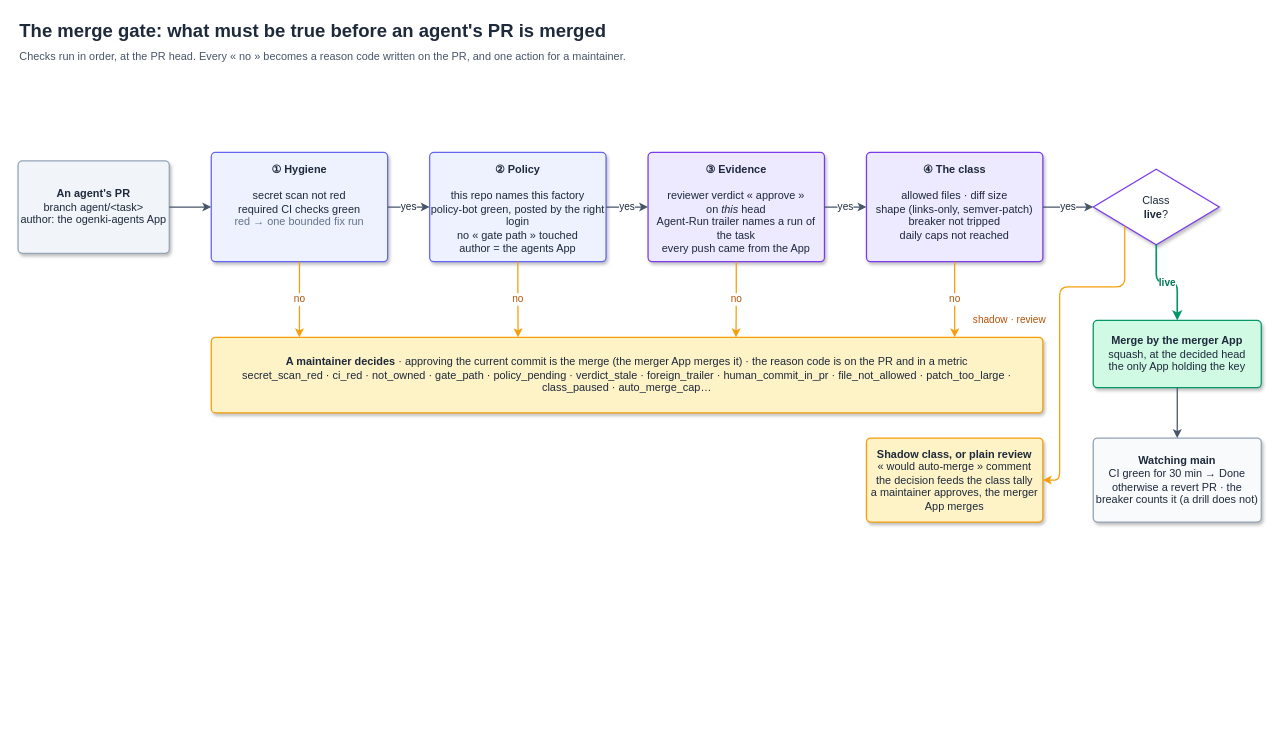
Before: content/fr/post/series/agentic_ai/cloud-native-agent-factory/merge-gate.drawio in Smana/smana.github.io, a draw.io diagram. Source tidied: cells renumbered, new cells numbered last; positions are measured from the earlier drawing's top-left corner, leaving out a move shared by most shapes. Both pictures are drawn from the tidied source at 84%, with x=0, y=0 at pixel (18, 14).
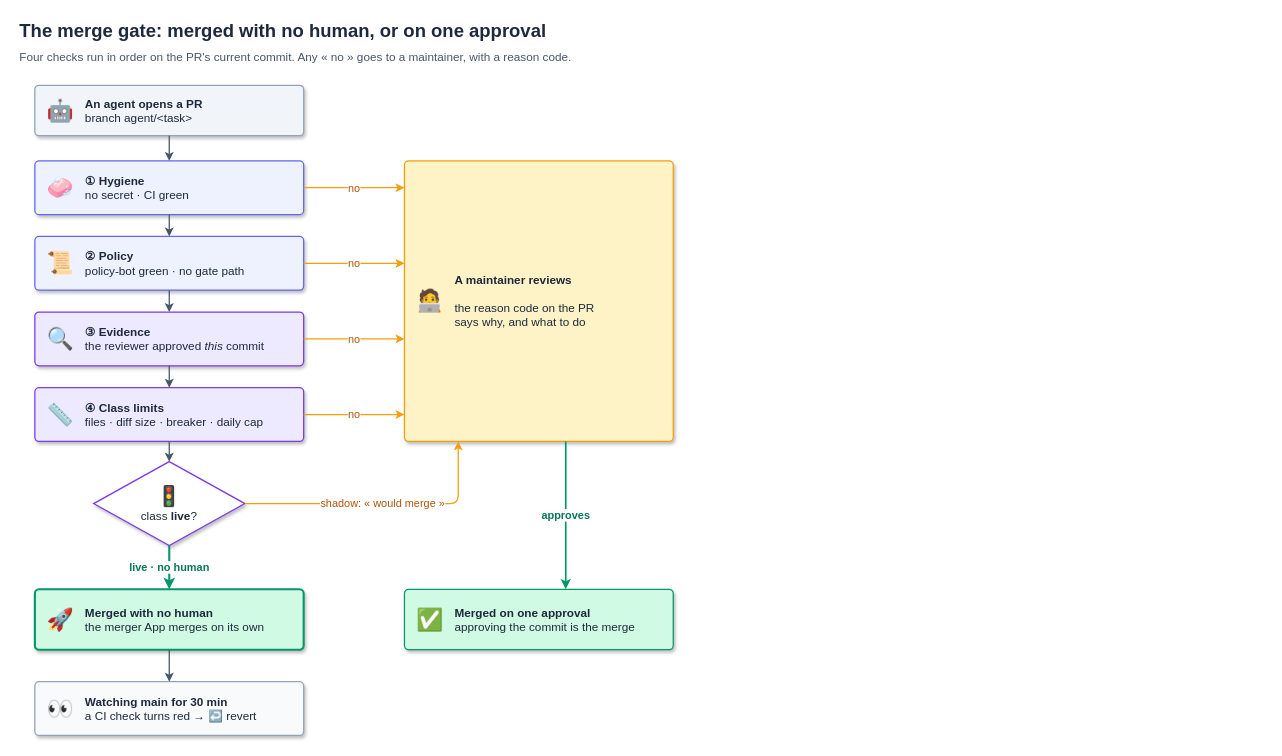
Above is the later version.

Commit message (it also covers changes not shown here):
docs(fr): agent factory post, clearer framing, security and merge gate

The edit, as a diff of the source:
```diff
@@
-    <mxCell id="2" value="The merge gate: what must be true before an agent's PR is merged" style="text;html=1;fontFamily=Helvetica;align=left;verticalAlign=top;whiteSpace=wrap;fontSize=22;fontColor=#1E293B;fontStyle=1;" parent="1" vertex="1">
-      <mxGeometry width="1000" height="32" as="geometry" />
+    <mxCell id="2" value="The merge gate: merged with no human, or on one approval" style="text;html=1;fontFamily=Helvetica;align=left;verticalAlign=top;whiteSpace=wrap;fontSize=22;fontColor=#1E293B;fontStyle=1;" parent="1" vertex="1">
+      <mxGeometry width="820" height="32" as="geometry" />
     </mxCell>
-    <mxCell id="3" value="Checks run in order, at the PR head. Every « no » becomes a reason code written on the PR, and one action for a maintainer." style="text;html=1;fontFamily=Helvetica;align=left;verticalAlign=top;whiteSpace=wrap;fontSize=13;fontColor=#475569;" parent="1" vertex="1">
-      <mxGeometry y="36" width="1100" height="22" as="geometry" />
+    <mxCell id="3" value="Four checks run in order on the PR's current commit. Any « no » goes to a maintainer, with a reason code." style="text;html=1;fontFamily=Helvetica;align=left;verticalAlign=top;whiteSpace=wrap;fontSize=14;fontColor=#475569;" parent="1" vertex="1">
+      <mxGeometry y="36" width="820" height="22" as="geometry" />
     </mxCell>
-    <mxCell id="4" value="&lt;b&gt;An agent's PR&lt;/b&gt;&lt;br&gt;branch agent/&amp;lt;task&amp;gt;&lt;br&gt;author: the ogenki-agents App" style="rounded=1;absoluteArcSize=1;arcSize=10;whiteSpace=wrap;html=1;strokeWidth=1.5;fontFamily=Helvetica;fontSize=13;shadow=1;fillColor=#F1F5F9;strokeColor=#94A3B8;fontColor=#1E293B;" parent="1" vertex="1">
-      <mxGeometry y="174" width="180" height="110" as="geometry" />
+    <mxCell id="4" value="&lt;b&gt;An agent opens a PR&lt;/b&gt;&lt;br&gt;branch agent/&amp;lt;task&amp;gt;" style="rounded=1;absoluteArcSize=1;arcSize=10;whiteSpace=wrap;html=1;strokeWidth=1.5;fontFamily=Helvetica;fontSize=14;shadow=1;fillColor=#F1F5F9;strokeColor=#94A3B8;fontColor=#1E293B;align=left;spacingLeft=58;verticalAlign=middle;" parent="1" vertex="1">
+      <mxGeometry x="20" y="84" width="320" height="60" as="geometry" />
     </mxCell>
+    <mxCell id="26" value="🤖" style="text;html=1;align=center;verticalAlign=middle;fontSize=26;strokeColor=none;fillColor=none;" parent="1" vertex="1">
+      <mxGeometry x="28" y="84" width="44" height="60" as="geometry" />
+    </mxCell>
-    <mxCell id="5" value="&lt;b&gt;① Hygiene&lt;/b&gt;&lt;br&gt;&lt;br&gt;secret scan not red&lt;br&gt;required CI checks green&lt;br&gt;&lt;font color=&quot;#64748B&quot;&gt;red → one bounded fix run&lt;/font&gt;" style="rounded=1;absoluteArcSize=1;arcSize=10;whiteSpace=wrap;html=1;strokeWidth=1.5;fontFamily=Helvetica;fontSize=13;shadow=1;fillColor=#EEF2FF;strokeColor=#6366F1;fontColor=#1E293B;verticalAlign=top;spacingTop=6;" parent="1" vertex="1">
-      <mxGeometry x="230" y="164" width="210" height="130" as="geometry" />
+    <mxCell id="5" value="&lt;b&gt;① Hygiene&lt;/b&gt;&lt;br&gt;no secret · CI green" style="rounded=1;absoluteArcSize=1;arcSize=10;whiteSpace=wrap;html=1;strokeWidth=1.5;fontFamily=Helvetica;fontSize=14;shadow=1;fillColor=#EEF2FF;strokeColor=#6366F1;fontColor=#1E293B;align=left;spacingLeft=58;verticalAlign=middle;" parent="1" vertex="1">
+      <mxGeometry x="20" y="174" width="320" height="64" as="geometry" />
     </mxCell>
+    <mxCell id="27" value="🧼" style="text;html=1;align=center;verticalAlign=middle;fontSize=26;strokeColor=none;fillColor=none;" parent="1" vertex="1">
+      <mxGeometry x="28" y="174" width="44" height="64" as="geometry" />
+    </mxCell>
-    <mxCell id="6" value="&lt;b&gt;② Policy&lt;/b&gt;&lt;br&gt;&lt;br&gt;this repo names this factory&lt;br&gt;policy-bot green, posted by the right login&lt;br&gt;no « gate path » touched&lt;br&gt;author = the agents App" style="rounded=1;absoluteArcSize=1;arcSize=10;whiteSpace=wrap;html=1;strokeWidth=1.5;fontFamily=Helvetica;fontSize=13;shadow=1;fillColor=#EEF2FF;strokeColor=#6366F1;fontColor=#1E293B;verticalAlign=top;spacingTop=6;" parent="1" vertex="1">
-      <mxGeometry x="490" y="164" width="210" height="130" as="geometry" />
+    <mxCell id="6" value="&lt;b&gt;② Policy&lt;/b&gt;&lt;br&gt;policy-bot green · no gate path" style="rounded=1;absoluteArcSize=1;arcSize=10;whiteSpace=wrap;html=1;strokeWidth=1.5;fontFamily=Helvetica;fontSize=14;shadow=1;fillColor=#EEF2FF;strokeColor=#6366F1;fontColor=#1E293B;align=left;spacingLeft=58;verticalAlign=middle;" parent="1" vertex="1">
+      <mxGeometry x="20" y="264" width="320" height="64" as="geometry" />
     </mxCell>
+    <mxCell id="28" value="📜" style="text;html=1;align=center;verticalAlign=middle;fontSize=26;strokeColor=none;fillColor=none;" parent="1" vertex="1">
+      <mxGeometry x="28" y="264" width="44" height="64" as="geometry" />
+    </mxCell>
-    <mxCell id="7" value="&lt;b&gt;③ Evidence&lt;/b&gt;&lt;br&gt;&lt;br&gt;reviewer verdict « approve »&lt;br&gt;on &lt;i&gt;this&lt;/i&gt; head&lt;br&gt;Agent-Run trailer names a run of the task&lt;br&gt;every push came from the App" style="rounded=1;absoluteArcSize=1;arcSize=10;whiteSpace=wrap;html=1;strokeWidth=1.5;fontFamily=Helvetica;fontSize=13;shadow=1;fillColor=#EDE9FE;strokeColor=#7C3AED;fontColor=#1E293B;verticalAlign=top;spacingTop=6;" parent="1" vertex="1">
-      <mxGeometry x="750" y="164" width="210" height="130" as="geometry" />
+    <mxCell id="7" value="&lt;b&gt;③ Evidence&lt;/b&gt;&lt;br&gt;the reviewer approved &lt;i&gt;this&lt;/i&gt; commit" style="rounded=1;absoluteArcSize=1;arcSize=10;whiteSpace=wrap;html=1;strokeWidth=1.5;fontFamily=Helvetica;fontSize=14;shadow=1;fillColor=#EDE9FE;strokeColor=#7C3AED;fontColor=#1E293B;align=left;spacingLeft=58;verticalAlign=middle;" parent="1" vertex="1">
+      <mxGeometry x="20" y="354" width="320" height="64" as="geometry" />
     </mxCell>
+    <mxCell id="29" value="🔍" style="text;html=1;align=center;verticalAlign=middle;fontSize=26;strokeColor=none;fillColor=none;" parent="1" vertex="1">
+      <mxGeometry x="28" y="354" width="44" height="64" as="geometry" />
+    </mxCell>
-    <mxCell id="8" value="&lt;b&gt;④ The class&lt;/b&gt;&lt;br&gt;&lt;br&gt;allowed files · diff size&lt;br&gt;shape (links-only, semver-patch)&lt;br&gt;breaker not tripped&lt;br&gt;daily caps not reached" style="rounded=1;absoluteArcSize=1;arcSize=10;whiteSpace=wrap;html=1;strokeWidth=1.5;fontFamily=Helvetica;fontSize=13;shadow=1;fillColor=#EDE9FE;strokeColor=#7C3AED;fontColor=#1E293B;verticalAlign=top;spacingTop=6;" parent="1" vertex="1">
-      <mxGeometry x="1010" y="164" width="210" height="130" as="geometry" />
+    <mxCell id="8" value="&lt;b&gt;④ Class limits&lt;/b&gt;&lt;br&gt;files · diff size · breaker · daily cap" style="rounded=1;absoluteArcSize=1;arcSize=10;whiteSpace=wrap;html=1;strokeWidth=1.5;fontFamily=Helvetica;fontSize=14;shadow=1;fillColor=#EDE9FE;strokeColor=#7C3AED;fontColor=#1E293B;align=left;spacingLeft=58;verticalAlign=middle;" parent="1" vertex="1">
+      <mxGeometry x="20" y="444" width="320" height="64" as="geometry" />
     </mxCell>
+    <mxCell id="30" value="📏" style="text;html=1;align=center;verticalAlign=middle;fontSize=26;strokeColor=none;fillColor=none;" parent="1" vertex="1">
+      <mxGeometry x="28" y="444" width="44" height="64" as="geometry" />
+    </mxCell>
-    <mxCell id="9" value="Class&lt;br&gt;&lt;b&gt;live&lt;/b&gt;?" style="rhombus;whiteSpace=wrap;html=1;strokeWidth=1.5;fontFamily=Helvetica;fontSize=13;shadow=1;fillColor=#FFFFFF;strokeColor=#7C3AED;fontColor=#1E293B;" parent="1" vertex="1">
-      <mxGeometry x="1280" y="184" width="150" height="90" as="geometry" />
+    <mxCell id="9" value="&lt;font style=&quot;font-size:24px&quot;&gt;🚦&lt;/font&gt;&lt;br&gt;class &lt;b&gt;live&lt;/b&gt;?" style="rhombus;whiteSpace=wrap;html=1;strokeWidth=1.5;fontFamily=Helvetica;fontSize=14;shadow=1;fillColor=#FFFFFF;strokeColor=#7C3AED;fontColor=#1E293B;" parent="1" vertex="1">
+      <mxGeometry x="90" y="532" width="180" height="100" as="geometry" />
     </mxCell>
-    <mxCell id="10" value="&lt;b&gt;Merge by the merger App&lt;/b&gt;&lt;br&gt;squash, at the decided head&lt;br&gt;the only App holding the key" style="rounded=1;absoluteArcSize=1;arcSize=10;whiteSpace=wrap;html=1;strokeWidth=1.5;fontFamily=Helvetica;fontSize=13;shadow=1;fillColor=#D1FAE5;strokeColor=#059669;fontColor=#1E293B;" parent="1" vertex="1">
-      <mxGeometry x="1280" y="364" width="200" height="80" as="geometry" />
-    </mxCell>
-    <mxCell id="11" value="&lt;b&gt;Watching main&lt;/b&gt;&lt;br&gt;CI green for 30 min → Done&lt;br&gt;otherwise a revert PR · the breaker counts it (a drill does not)" style="rounded=1;absoluteArcSize=1;arcSize=10;whiteSpace=wrap;html=1;strokeWidth=1.5;fontFamily=Helvetica;fontSize=13;shadow=1;fillColor=#F8FAFC;strokeColor=#94A3B8;fontColor=#1E293B;" parent="1" vertex="1">
-      <mxGeometry x="1280" y="504" width="200" height="100" as="geometry" />
-    </mxCell>
-    <mxCell id="12" value="&lt;b&gt;Shadow class, or plain review&lt;/b&gt;&lt;br&gt;« would auto-merge » comment&lt;br&gt;the decision feeds the class tally&lt;br&gt;a maintainer approves, the merger App merges" style="rounded=1;absoluteArcSize=1;arcSize=10;whiteSpace=wrap;html=1;strokeWidth=1.5;fontFamily=Helvetica;fontSize=13;shadow=1;fillColor=#FEF3C7;strokeColor=#F59E0B;fontColor=#1E293B;" parent="1" vertex="1">
-      <mxGeometry x="1010" y="504" width="210" height="100" as="geometry" />
-    </mxCell>
-    <mxCell id="13" value="&lt;b&gt;A maintainer decides&lt;/b&gt; · approving the current commit is the merge (the merger App merges it) · the reason code is on the PR and in a metric&lt;br&gt;secret_scan_red · ci_red · not_owned · gate_path · policy_pending · verdict_stale · foreign_trailer · human_commit_in_pr · file_not_allowed · patch_too_large · class_paused · auto_merge_cap…" style="rounded=1;absoluteArcSize=1;arcSize=10;whiteSpace=wrap;html=1;strokeWidth=1.5;fontFamily=Helvetica;fontSize=13;shadow=1;fillColor=#FEF3C7;strokeColor=#F59E0B;fontColor=#1E293B;" parent="1" vertex="1">
-      <mxGeometry x="230" y="384" width="990" height="90" as="geometry" />
+    <mxCell id="13" value="&lt;b&gt;A maintainer reviews&lt;/b&gt;&lt;br&gt;&lt;br&gt;the reason code on the PR&lt;br&gt;says why, and what to do" style="rounded=1;absoluteArcSize=1;arcSize=10;whiteSpace=wrap;html=1;strokeWidth=1.5;fontFamily=Helvetica;fontSize=14;shadow=1;fillColor=#FEF3C7;strokeColor=#F59E0B;fontColor=#1E293B;align=left;spacingLeft=58;verticalAlign=middle;" parent="1" vertex="1">
+      <mxGeometry x="460" y="174" width="320" height="334" as="geometry" />
     </mxCell>
+    <mxCell id="31" value="🧑‍💻" style="text;html=1;align=center;verticalAlign=middle;fontSize=26;strokeColor=none;fillColor=none;" parent="1" vertex="1">
+      <mxGeometry x="468" y="174" width="44" height="334" as="geometry" />
+    </mxCell>
+    <mxCell id="32" value="&lt;b&gt;Merged with no human&lt;/b&gt;&lt;br&gt;the merger App merges on its own" style="rounded=1;absoluteArcSize=1;arcSize=10;whiteSpace=wrap;html=1;strokeWidth=2.5;fontFamily=Helvetica;fontSize=14;shadow=1;fillColor=#D1FAE5;strokeColor=#059669;fontColor=#1E293B;align=left;spacingLeft=58;verticalAlign=middle;" parent="1" vertex="1">
+      <mxGeometry x="20" y="684" width="320" height="72" as="geometry" />
+    </mxCell>
+    <mxCell id="33" value="🚀" style="text;html=1;align=center;verticalAlign=middle;fontSize=26;strokeColor=none;fillColor=none;" parent="1" vertex="1">
+      <mxGeometry x="28" y="684" width="44" height="72" as="geometry" />
+    </mxCell>
+    <mxCell id="34" value="&lt;b&gt;Watching main for 30 min&lt;/b&gt;&lt;br&gt;a CI check turns red → ↩️ revert" style="rounded=1;absoluteArcSize=1;arcSize=10;whiteSpace=wrap;html=1;strokeWidth=1.5;fontFamily=Helvetica;fontSize=14;shadow=1;fillColor=#F8FAFC;strokeColor=#94A3B8;fontColor=#1E293B;align=left;spacingLeft=58;verticalAlign=middle;" parent="1" vertex="1">
+      <mxGeometry x="20" y="794" width="320" height="64" as="geometry" />
+    </mxCell>
+    <mxCell id="35" value="👀" style="text;html=1;align=center;verticalAlign=middle;fontSize=26;strokeColor=none;fillColor=none;" parent="1" vertex="1">
+      <mxGeometry x="28" y="794" width="44" height="64" as="geometry" />
+    </mxCell>
+    <mxCell id="36" value="&lt;b&gt;Merged on one approval&lt;/b&gt;&lt;br&gt;approving the commit is the merge" style="rounded=1;absoluteArcSize=1;arcSize=10;whiteSpace=wrap;html=1;strokeWidth=1.5;fontFamily=Helvetica;fontSize=14;shadow=1;fillColor=#D1FAE5;strokeColor=#059669;fontColor=#1E293B;align=left;spacingLeft=58;verticalAlign=middle;" parent="1" vertex="1">
+      <mxGeometry x="460" y="684" width="320" height="72" as="geometry" />
+    </mxCell>
+    <mxCell id="37" value="✅" style="text;html=1;align=center;verticalAlign=middle;fontSize=26;strokeColor=none;fillColor=none;" parent="1" vertex="1">
+      <mxGeometry x="468" y="684" width="44" height="72" as="geometry" />
+    </mxCell>
-    <mxCell id="14" style="edgeStyle=orthogonalEdgeStyle;rounded=1;jettySize=auto;html=1;strokeWidth=1.5;endArrow=classic;endFill=1;strokeColor=#475569;exitX=1;exitY=0.5;exitDx=0;exitDy=0;entryX=0;entryY=0.5;entryDx=0;entryDy=0;" parent="1" edge="1" source="4" target="5">
+    <mxCell id="14" style="edgeStyle=orthogonalEdgeStyle;rounded=1;jettySize=auto;html=1;strokeWidth=1.5;endArrow=classic;endFill=1;fontFamily=Helvetica;fontSize=13;fontColor=#1E293B;labelBackgroundColor=#ffffff;strokeColor=#475569;" parent="1" edge="1" source="4" target="5">
       <mxGeometry relative="1" as="geometry" />
     </mxCell>
-    <mxCell id="15" value="yes" style="edgeStyle=orthogonalEdgeStyle;rounded=1;jettySize=auto;html=1;strokeWidth=1.5;endArrow=classic;endFill=1;fontFamily=Helvetica;fontSize=12;fontColor=#1E293B;labelBackgroundColor=#ffffff;strokeColor=#475569;exitX=1;exitY=0.5;exitDx=0;exitDy=0;entryX=0;entryY=0.5;entryDx=0;entryDy=0;" parent="1" edge="1" source="5" target="6">
+    <mxCell id="15" style="edgeStyle=orthogonalEdgeStyle;rounded=1;jettySize=auto;html=1;strokeWidth=1.5;endArrow=classic;endFill=1;fontFamily=Helvetica;fontSize=13;fontColor=#1E293B;labelBackgroundColor=#ffffff;strokeColor=#475569;" parent="1" edge="1" source="5" target="6">
       <mxGeometry relative="1" as="geometry" />
     </mxCell>
-    <mxCell id="16" value="yes" style="edgeStyle=orthogonalEdgeStyle;rounded=1;jettySize=auto;html=1;strokeWidth=1.5;endArrow=classic;endFill=1;fontFamily=Helvetica;fontSize=12;fontColor=#1E293B;labelBackgroundColor=#ffffff;strokeColor=#475569;exitX=1;exitY=0.5;exitDx=0;exitDy=0;entryX=0;entryY=0.5;entryDx=0;entryDy=0;" parent="1" edge="1" source="6" target="7">
+    <mxCell id="16" style="edgeStyle=orthogonalEdgeStyle;rounded=1;jettySize=auto;html=1;strokeWidth=1.5;endArrow=classic;endFill=1;fontFamily=Helvetica;fontSize=13;fontColor=#1E293B;labelBackgroundColor=#ffffff;strokeColor=#475569;" parent="1" edge="1" source="6" target="7">
       <mxGeometry relative="1" as="geometry" />
     </mxCell>
-    <mxCell id="17" value="yes" style="edgeStyle=orthogonalEdgeStyle;rounded=1;jettySize=auto;html=1;strokeWidth=1.5;endArrow=classic;endFill=1;fontFamily=Helvetica;fontSize=12;fontColor=#1E293B;labelBackgroundColor=#ffffff;strokeColor=#475569;exitX=1;exitY=0.5;exitDx=0;exitDy=0;entryX=0;entryY=0.5;entryDx=0;entryDy=0;" parent="1" edge="1" source="7" target="8">
+    <mxCell id="17" style="edgeStyle=orthogonalEdgeStyle;rounded=1;jettySize=auto;html=1;strokeWidth=1.5;endArrow=classic;endFill=1;fontFamily=Helvetica;fontSize=13;fontColor=#1E293B;labelBackgroundColor=#ffffff;strokeColor=#475569;" parent="1" edge="1" source="7" target="8">
       <mxGeometry relative="1" as="geometry" />
     </mxCell>
-    <mxCell id="18" value="yes" style="edgeStyle=orthogonalEdgeStyle;rounded=1;jettySize=auto;html=1;strokeWidth=1.5;endArrow=classic;endFill=1;fontFamily=Helvetica;fontSize=12;fontColor=#1E293B;labelBackgroundColor=#ffffff;strokeColor=#475569;exitX=1;exitY=0.5;exitDx=0;exitDy=0;entryX=0;entryY=0.5;entryDx=0;entryDy=0;" parent="1" edge="1" source="8" target="9">
+    <mxCell id="18" style="edgeStyle=orthogonalEdgeStyle;rounded=1;jettySize=auto;html=1;strokeWidth=1.5;endArrow=classic;endFill=1;fontFamily=Helvetica;fontSize=13;fontColor=#1E293B;labelBackgroundColor=#ffffff;strokeColor=#475569;" parent="1" edge="1" source="8" target="9">
       <mxGeometry relative="1" as="geometry" />
     </mxCell>
-    <mxCell id="19" value="no" style="edgeStyle=orthogonalEdgeStyle;rounded=1;jettySize=auto;html=1;strokeWidth=1.5;endArrow=classic;endFill=1;fontFamily=Helvetica;fontSize=12;fontColor=#B45309;labelBackgroundColor=#ffffff;strokeColor=#F59E0B;exitX=0.5;exitY=1;exitDx=0;exitDy=0;entryY=0;entryDx=0;entryDy=0;entryX=0.106;" parent="1" edge="1" source="5" target="13">
+    <mxCell id="19" value="no" style="edgeStyle=orthogonalEdgeStyle;rounded=1;jettySize=auto;html=1;strokeWidth=1.5;endArrow=classic;endFill=1;fontFamily=Helvetica;fontSize=13;fontColor=#B45309;labelBackgroundColor=#ffffff;strokeColor=#F59E0B;exitX=1;exitY=0.5;exitDx=0;exitDy=0;entryX=0;entryY=0.0958;entryDx=0;entryDy=0;" parent="1" edge="1" source="5" target="13">
       <mxGeometry relative="1" as="geometry" />
     </mxCell>
-    <mxCell id="20" value="no" style="edgeStyle=orthogonalEdgeStyle;rounded=1;jettySize=auto;html=1;strokeWidth=1.5;endArrow=classic;endFill=1;fontFamily=Helvetica;fontSize=12;fontColor=#B45309;labelBackgroundColor=#ffffff;strokeColor=#F59E0B;exitX=0.5;exitY=1;exitDx=0;exitDy=0;entryY=0;entryDx=0;entryDy=0;entryX=0.369;" parent="1" edge="1" source="6" target="13">
+    <mxCell id="20" value="no" style="edgeStyle=orthogonalEdgeStyle;rounded=1;jettySize=auto;html=1;strokeWidth=1.5;endArrow=classic;endFill=1;fontFamily=Helvetica;fontSize=13;fontColor=#B45309;labelBackgroundColor=#ffffff;strokeColor=#F59E0B;exitX=1;exitY=0.5;exitDx=0;exitDy=0;entryX=0;entryY=0.3653;entryDx=0;entryDy=0;" parent="1" edge="1" source="6" target="13">
       <mxGeometry relative="1" as="geometry" />
     </mxCell>
-    <mxCell id="21" value="no" style="edgeStyle=orthogonalEdgeStyle;rounded=1;jettySize=auto;html=1;strokeWidth=1.5;endArrow=classic;endFill=1;fontFamily=Helvetica;fontSize=12;fontColor=#B45309;labelBackgroundColor=#ffffff;strokeColor=#F59E0B;exitX=0.5;exitY=1;exitDx=0;exitDy=0;entryY=0;entryDx=0;entryDy=0;entryX=0.631;" parent="1" edge="1" source="7" target="13">
+    <mxCell id="21" value="no" style="edgeStyle=orthogonalEdgeStyle;rounded=1;jettySize=auto;html=1;strokeWidth=1.5;endArrow=classic;endFill=1;fontFamily=Helvetica;fontSize=13;fontColor=#B45309;labelBackgroundColor=#ffffff;strokeColor=#F59E0B;exitX=1;exitY=0.5;exitDx=0;exitDy=0;entryX=0;entryY=0.6347;entryDx=0;entryDy=0;" parent="1" edge="1" source="7" target="13">
       <mxGeometry relative="1" as="geometry" />
     </mxCell>
-    <mxCell id="22" value="no" style="edgeStyle=orthogonalEdgeStyle;rounded=1;jettySize=auto;html=1;strokeWidth=1.5;endArrow=classic;endFill=1;fontFamily=Helvetica;fontSize=12;fontColor=#B45309;labelBackgroundColor=#ffffff;strokeColor=#F59E0B;exitY=1;exitDx=0;exitDy=0;entryDx=0;entryDy=0;exitX=0.5;entryX=0.894;entryY=0;" parent="1" edge="1" source="8" target="13">
+    <mxCell id="22" value="no" style="edgeStyle=orthogonalEdgeStyle;rounded=1;jettySize=auto;html=1;strokeWidth=1.5;endArrow=classic;endFill=1;fontFamily=Helvetica;fontSize=13;fontColor=#B45309;labelBackgroundColor=#ffffff;strokeColor=#F59E0B;exitX=1;exitY=0.5;exitDx=0;exitDy=0;entryX=0;entryY=0.9042;entryDx=0;entryDy=0;" parent="1" edge="1" source="8" target="13">
       <mxGeometry relative="1" as="geometry" />
     </mxCell>
-    <mxCell id="23" value="live" style="edgeStyle=orthogonalEdgeStyle;rounded=1;jettySize=auto;html=1;strokeWidth=2;endArrow=classic;endFill=1;fontFamily=Helvetica;fontSize=12;fontStyle=1;fontColor=#047857;labelBackgroundColor=#ffffff;strokeColor=#059669;exitX=0.5;exitY=1;exitDx=0;exitDy=0;entryX=0.5;entryY=0;entryDx=0;entryDy=0;" parent="1" edge="1" source="9" target="10">
+    <mxCell id="23" value="live · no human" style="edgeStyle=orthogonalEdgeStyle;rounded=1;jettySize=auto;html=1;strokeWidth=2.5;endArrow=classic;endFill=1;fontFamily=Helvetica;fontSize=13;fontColor=#047857;labelBackgroundColor=#ffffff;strokeColor=#059669;fontStyle=1;exitX=0.5;exitY=1;exitDx=0;exitDy=0;entryX=0.5;entryY=0;entryDx=0;entryDy=0;" parent="1" edge="1" source="9" target="32">
       <mxGeometry relative="1" as="geometry" />
     </mxCell>
-    <mxCell id="24" style="edgeStyle=orthogonalEdgeStyle;rounded=1;jettySize=auto;html=1;strokeWidth=1.5;endArrow=classic;endFill=1;strokeColor=#475569;exitX=0.5;exitY=1;exitDx=0;exitDy=0;entryX=0.5;entryY=0;entryDx=0;entryDy=0;" parent="1" edge="1" source="10" target="11">
-      <mxGeometry relative="1" as="geometry" />
-    </mxCell>
-    <mxCell id="25" value="shadow · review" style="edgeStyle=orthogonalEdgeStyle;rounded=1;jettySize=auto;html=1;strokeWidth=1.5;endArrow=classic;endFill=1;fontFamily=Helvetica;fontSize=12;fontColor=#B45309;labelBackgroundColor=#ffffff;strokeColor=#F59E0B;exitDx=0;exitDy=0;entryDx=0;entryDy=0;exitX=0.25;exitY=0.75;entryX=1;entryY=0.5;" parent="1" edge="1" source="9" target="12">
-      <mxGeometry relative="1" as="geometry">
-        <Array as="points">
-          <mxPoint x="1240" y="324" />
-          <mxPoint x="1240" y="554" />
-        </Array>
-        <mxPoint x="-60" y="-10" as="offset" />
-      </mxGeometry>
+    <mxCell id="25" value="shadow: « would merge »" style="edgeStyle=orthogonalEdgeStyle;rounded=1;jettySize=auto;html=1;strokeWidth=1.5;endArrow=classic;endFill=1;fontFamily=Helvetica;fontSize=13;fontColor=#B45309;labelBackgroundColor=#ffffff;strokeColor=#F59E0B;exitX=1;exitY=0.5;exitDx=0;exitDy=0;entryX=0.2;entryY=1;entryDx=0;entryDy=0;" parent="1" edge="1" source="9" target="13">
+      <mxGeometry relative="1" as="geometry" />
     </mxCell>
+    <mxCell id="38" value="approves" style="edgeStyle=orthogonalEdgeStyle;rounded=1;jettySize=auto;html=1;strokeWidth=2;endArrow=classic;endFill=1;fontFamily=Helvetica;fontSize=13;fontColor=#047857;labelBackgroundColor=#ffffff;strokeColor=#059669;fontStyle=1;exitX=0.6;exitY=1;exitDx=0;exitDy=0;entryX=0.6;entryY=0;entryDx=0;entryDy=0;" parent="1" edge="1" source="13" target="36">
+      <mxGeometry relative="1" as="geometry" />
+    </mxCell>
+    <mxCell id="39" style="edgeStyle=orthogonalEdgeStyle;rounded=1;jettySize=auto;html=1;strokeWidth=1.5;endArrow=classic;endFill=1;fontFamily=Helvetica;fontSize=13;fontColor=#1E293B;labelBackgroundColor=#ffffff;strokeColor=#475569;" parent="1" edge="1" source="32" target="34">
+      <mxGeometry relative="1" as="geometry" />
+    </mxCell>
```
